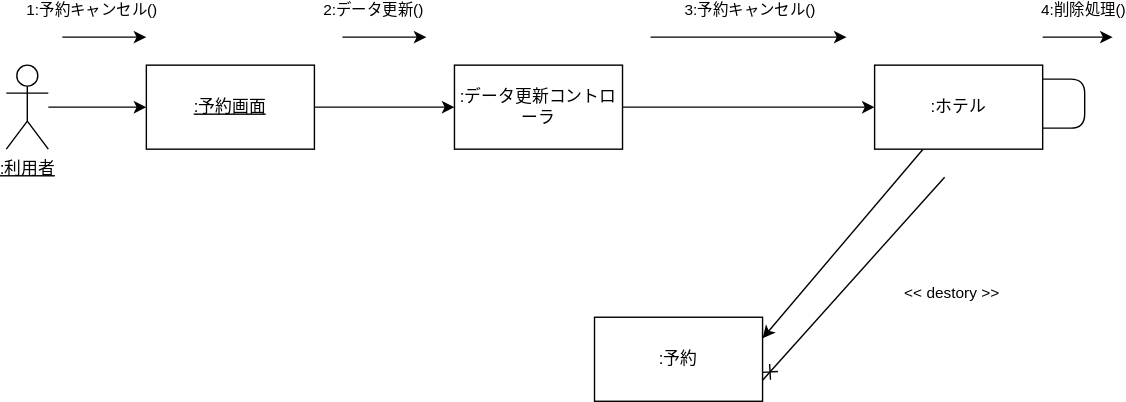
Shuma323/UML_inatroduction keeps this draw.io diagram as 課題/演習５-2_CD_予約登録削除.drawio.svg. Above is the earlier version. Source tidied: cells renumbered, new cells last; positions are measured from the earlier drawing's top-left corner, leaving out a move shared by most shapes.
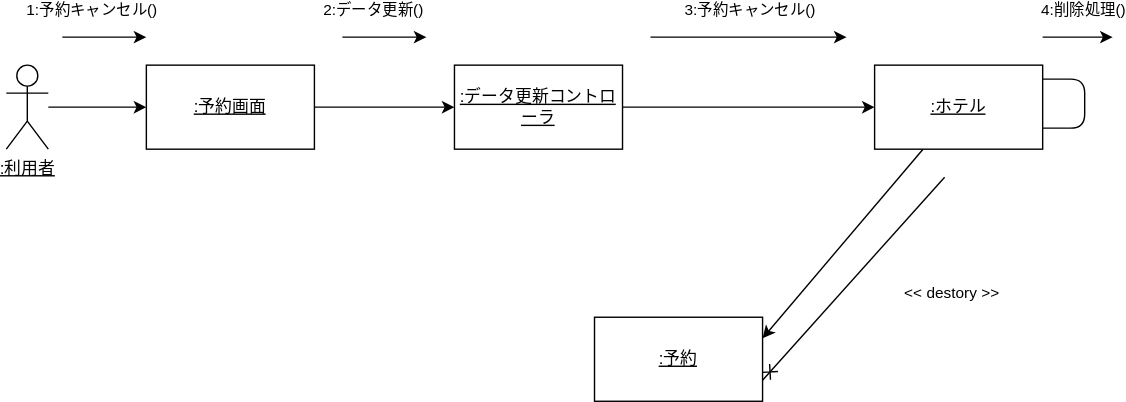
After the change.

Change to the diagram source:
```diff
@@ -17,7 +17,7 @@
     <mxCell id="6" style="edgeStyle=none;html=1;" parent="1" edge="1" source="7" target="13">
       <mxGeometry relative="1" as="geometry" />
     </mxCell>
-    <mxCell id="7" value=":データ更新コントローラ" style="whiteSpace=wrap;html=1;verticalAlign=middle;labelPosition=center;verticalLabelPosition=middle;align=center;" parent="1" vertex="1">
+    <mxCell id="7" value="&lt;u&gt;:データ更新コントローラ&lt;/u&gt;" style="whiteSpace=wrap;html=1;verticalAlign=middle;labelPosition=center;verticalLabelPosition=middle;align=center;" parent="1" vertex="1">
       <mxGeometry x="320" y="20" width="120" height="60" as="geometry" />
     </mxCell>
     <mxCell id="8" style="endArrow=classic;html=1;" parent="1" edge="1">
@@ -45,7 +45,7 @@
     <mxCell id="12" style="edgeStyle=none;html=1;entryX=1;entryY=0.25;entryDx=0;entryDy=0;" parent="1" edge="1" source="13" target="18">
       <mxGeometry relative="1" as="geometry" />
     </mxCell>
-    <mxCell id="13" value=":ホテル" style="whiteSpace=wrap;html=1;verticalAlign=middle;labelPosition=center;verticalLabelPosition=middle;align=center;" parent="1" vertex="1">
+    <mxCell id="13" value="&lt;u&gt;:ホテル&lt;/u&gt;" style="whiteSpace=wrap;html=1;verticalAlign=middle;labelPosition=center;verticalLabelPosition=middle;align=center;" parent="1" vertex="1">
       <mxGeometry x="620" y="20" width="120" height="60" as="geometry" />
     </mxCell>
     <mxCell id="14" style="endArrow=classic;html=1;" parent="1" edge="1">
@@ -69,7 +69,7 @@
         <mxPoint x="49" y="30" as="offset" />
       </mxGeometry>
     </mxCell>
-    <mxCell id="18" value=":予約" style="whiteSpace=wrap;html=1;verticalAlign=middle;labelPosition=center;verticalLabelPosition=middle;align=center;" parent="1" vertex="1">
+    <mxCell id="18" value="&lt;u&gt;:予約&lt;/u&gt;" style="whiteSpace=wrap;html=1;verticalAlign=middle;labelPosition=center;verticalLabelPosition=middle;align=center;" parent="1" vertex="1">
       <mxGeometry x="420" y="200" width="120" height="60" as="geometry" />
     </mxCell>
     <mxCell id="19" style="edgeStyle=entityRelationEdgeStyle;html=1;endArrow=none;endFill=0;entryX=1;entryY=0.75;entryDx=0;entryDy=0;" parent="1" edge="1" target="13">
```
